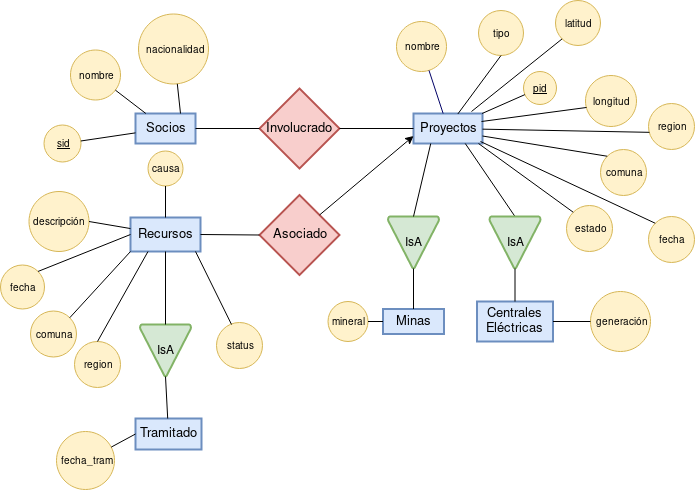
The draw.io diagram Entregas/E2/ER_v1.png in mnreyes1/basesdegatos, before a commit. Source tidied: cells renumbered, new cells last; positions are measured from the earlier drawing's top-left corner, leaving out a move shared by most shapes. Source of this version:
```xml
<mxGraphModel>
  <root>
    <mxCell id="0" />
    <mxCell id="1" parent="0" />
    <mxCell id="2" value="Socios" style="strokeWidth=2;whiteSpace=wrap;html=1;align=center;fontSize=13;fontFamily=Helvetica;strokeColor=#6c8ebf;fillColor=#dae8fc;" parent="1" vertex="1">
      <mxGeometry x="135" y="113" width="60" height="30" as="geometry" />
    </mxCell>
    <mxCell id="3" value="nombre" style="ellipse;whiteSpace=wrap;html=1;fontSize=10;fillColor=#fff2cc;strokeColor=#d6b656;" parent="1" vertex="1">
      <mxGeometry x="70" y="49.5" width="50" height="50" as="geometry" />
    </mxCell>
    <mxCell id="4" value="&lt;u&gt;sid&lt;/u&gt;" style="ellipse;whiteSpace=wrap;html=1;fontSize=10;fillColor=#fff2cc;strokeColor=#d6b656;" parent="1" vertex="1">
      <mxGeometry x="43.5" y="124.5" width="37" height="37" as="geometry" />
    </mxCell>
    <mxCell id="5" value="Proyectos" style="strokeWidth=2;whiteSpace=wrap;html=1;align=center;fontSize=13;fontFamily=Helvetica;strokeColor=#6c8ebf;fillColor=#dae8fc;" parent="1" vertex="1">
      <mxGeometry x="413" y="113" width="69" height="30" as="geometry" />
    </mxCell>
    <mxCell id="6" value="nombre" style="ellipse;whiteSpace=wrap;html=1;fontSize=10;fillColor=#fff2cc;strokeColor=#d6b656;" parent="1" vertex="1">
      <mxGeometry x="396" y="21" width="50" height="50" as="geometry" />
    </mxCell>
    <mxCell id="7" style="edgeStyle=none;rounded=0;html=1;startArrow=none;startFill=0;endArrow=none;endFill=0;jettySize=auto;strokeColor=#000066;fontSize=13;" parent="1" edge="1" source="6" target="5">
      <mxGeometry relative="1" as="geometry" />
    </mxCell>
    <mxCell id="8" value="&lt;u&gt;pid&lt;/u&gt;" style="ellipse;whiteSpace=wrap;html=1;fontSize=10;fillColor=#fff2cc;strokeColor=#d6b656;" parent="1" vertex="1">
      <mxGeometry x="523" y="71" width="33" height="33" as="geometry" />
    </mxCell>
    <mxCell id="9" style="rounded=0;html=1;endArrow=none;endFill=0;jettySize=auto;fontSize=12;" parent="1" edge="1" source="8" target="5">
      <mxGeometry relative="1" as="geometry" />
    </mxCell>
    <mxCell id="10" style="edgeStyle=none;rounded=0;html=1;endArrow=none;endFill=0;jettySize=auto;fontSize=12;" parent="1" edge="1" source="4" target="2">
      <mxGeometry relative="1" as="geometry" />
    </mxCell>
    <mxCell id="11" style="edgeStyle=none;rounded=0;html=1;endArrow=none;endFill=0;jettySize=auto;fontSize=12;" parent="1" edge="1" source="3" target="2">
      <mxGeometry relative="1" as="geometry" />
    </mxCell>
    <mxCell id="12" value="Involucrado" style="shape=rhombus;strokeWidth=2;fontSize=13;perimeter=rhombusPerimeter;whiteSpace=wrap;html=1;align=center;fillColor=#f8cecc;strokeColor=#b85450;" parent="1" vertex="1">
      <mxGeometry x="259" y="88" width="80" height="80" as="geometry" />
    </mxCell>
    <mxCell id="13" style="endArrow=none;html=1;exitX=1;exitY=0.5;exitDx=0;exitDy=0;entryX=0;entryY=0.5;entryDx=0;entryDy=0;" parent="1" edge="1" source="2" target="12">
      <mxGeometry relative="1" as="geometry" />
    </mxCell>
    <mxCell id="14" style="endArrow=none;html=1;exitX=1;exitY=0.5;exitDx=0;exitDy=0;entryX=0;entryY=0.5;entryDx=0;entryDy=0;" parent="1" edge="1" source="12" target="5">
      <mxGeometry relative="1" as="geometry" />
    </mxCell>
    <mxCell id="15" value="nacionalidad" style="ellipse;whiteSpace=wrap;html=1;fontSize=10;fillColor=#fff2cc;strokeColor=#d6b656;" parent="1" vertex="1">
      <mxGeometry x="138" y="13.5" width="70" height="70" as="geometry" />
    </mxCell>
    <mxCell id="16" value="causa" style="ellipse;whiteSpace=wrap;html=1;fontSize=10;fillColor=#fff2cc;strokeColor=#d6b656;" parent="1" vertex="1">
      <mxGeometry x="147.5" y="150.5" width="35" height="35" as="geometry" />
    </mxCell>
    <mxCell id="17" style="edgeStyle=none;rounded=0;html=1;endArrow=none;endFill=0;jettySize=auto;fontSize=12;entryX=0.75;entryY=0;entryDx=0;entryDy=0;" parent="1" edge="1" source="15" target="2">
      <mxGeometry relative="1" as="geometry" />
    </mxCell>
    <mxCell id="18" value="tipo" style="ellipse;whiteSpace=wrap;html=1;fontSize=10;fillColor=#fff2cc;strokeColor=#d6b656;" parent="1" vertex="1">
      <mxGeometry x="478" y="10" width="45" height="45" as="geometry" />
    </mxCell>
    <mxCell id="19" value="IsA" style="strokeWidth=2;html=1;shape=mxgraph.flowchart.merge_or_storage;whiteSpace=wrap;fillColor=#d5e8d4;strokeColor=#82b366;" parent="1" vertex="1">
      <mxGeometry x="387.5" y="216" width="51" height="52" as="geometry" />
    </mxCell>
    <mxCell id="20" style="endArrow=none;html=1;exitX=0.75;exitY=1;exitDx=0;exitDy=0;entryX=0.5;entryY=0;entryDx=0;entryDy=0;entryPerimeter=0;" parent="1" edge="1" source="5" target="21">
      <mxGeometry relative="1" as="geometry" />
    </mxCell>
    <mxCell id="21" value="IsA" style="strokeWidth=2;html=1;shape=mxgraph.flowchart.merge_or_storage;whiteSpace=wrap;fillColor=#d5e8d4;strokeColor=#82b366;" parent="1" vertex="1">
      <mxGeometry x="489" y="216" width="51" height="52" as="geometry" />
    </mxCell>
    <mxCell id="22" style="endArrow=none;html=1;entryX=0.5;entryY=0;entryDx=0;entryDy=0;entryPerimeter=0;exitX=0.25;exitY=1;exitDx=0;exitDy=0;" parent="1" edge="1" source="5" target="19">
      <mxGeometry relative="1" as="geometry" />
    </mxCell>
    <mxCell id="23" style="rounded=0;html=1;endArrow=none;endFill=0;jettySize=auto;fontSize=12;entryX=0.643;entryY=0.014;entryDx=0;entryDy=0;entryPerimeter=0;exitX=0.5;exitY=1;exitDx=0;exitDy=0;" parent="1" edge="1" source="18" target="5">
      <mxGeometry relative="1" as="geometry" />
    </mxCell>
    <mxCell id="24" value="Centrales Eléctricas" style="strokeWidth=2;whiteSpace=wrap;html=1;align=center;fontSize=13;fontFamily=Helvetica;strokeColor=#6c8ebf;fillColor=#dae8fc;" parent="1" vertex="1">
      <mxGeometry x="476.5" y="301" width="76" height="40" as="geometry" />
    </mxCell>
    <mxCell id="25" value="Minas" style="strokeWidth=2;whiteSpace=wrap;html=1;align=center;fontSize=13;fontFamily=Helvetica;strokeColor=#6c8ebf;fillColor=#dae8fc;" parent="1" vertex="1">
      <mxGeometry x="382.5" y="308.5" width="61" height="25" as="geometry" />
    </mxCell>
    <mxCell id="26" style="endArrow=none;html=1;exitX=0.5;exitY=1;exitDx=0;exitDy=0;exitPerimeter=0;" parent="1" edge="1" source="19" target="25">
      <mxGeometry relative="1" as="geometry" />
    </mxCell>
    <mxCell id="27" style="endArrow=none;html=1;entryX=0.5;entryY=0;entryDx=0;entryDy=0;exitX=0.5;exitY=1;exitDx=0;exitDy=0;exitPerimeter=0;" parent="1" edge="1" source="21" target="24">
      <mxGeometry relative="1" as="geometry" />
    </mxCell>
    <mxCell id="28" value="generación" style="ellipse;whiteSpace=wrap;html=1;fontSize=10;fillColor=#fff2cc;strokeColor=#d6b656;" parent="1" vertex="1">
      <mxGeometry x="590" y="291" width="60" height="60" as="geometry" />
    </mxCell>
    <mxCell id="29" style="rounded=0;html=1;endArrow=none;endFill=0;jettySize=auto;fontSize=12;entryX=1;entryY=0.5;entryDx=0;entryDy=0;" parent="1" edge="1" source="28" target="24">
      <mxGeometry relative="1" as="geometry" />
    </mxCell>
    <mxCell id="30" value="mineral" style="ellipse;whiteSpace=wrap;html=1;fontSize=10;fillColor=#fff2cc;strokeColor=#d6b656;" parent="1" vertex="1">
      <mxGeometry x="327.5" y="301" width="40" height="40" as="geometry" />
    </mxCell>
    <mxCell id="31" style="rounded=0;html=1;endArrow=none;endFill=0;jettySize=auto;fontSize=12;entryX=0;entryY=0.5;entryDx=0;entryDy=0;" parent="1" edge="1" source="30" target="25">
      <mxGeometry relative="1" as="geometry" />
    </mxCell>
    <mxCell id="32" value="latitud" style="ellipse;whiteSpace=wrap;html=1;fontSize=10;fillColor=#fff2cc;strokeColor=#d6b656;" parent="1" vertex="1">
      <mxGeometry x="555" width="45" height="45" as="geometry" />
    </mxCell>
    <mxCell id="33" style="rounded=0;html=1;endArrow=none;endFill=0;jettySize=auto;fontSize=12;exitX=0;exitY=1;exitDx=0;exitDy=0;" parent="1" edge="1" source="32">
      <mxGeometry relative="1" as="geometry">
        <mxPoint x="471" y="111" as="targetPoint" />
      </mxGeometry>
    </mxCell>
    <mxCell id="34" value="longitud" style="ellipse;whiteSpace=wrap;html=1;fontSize=10;fillColor=#fff2cc;strokeColor=#d6b656;" parent="1" vertex="1">
      <mxGeometry x="585" y="75" width="51" height="51" as="geometry" />
    </mxCell>
    <mxCell id="35" style="rounded=0;html=1;endArrow=none;endFill=0;jettySize=auto;fontSize=12;exitX=0.021;exitY=0.627;exitDx=0;exitDy=0;exitPerimeter=0;" parent="1" edge="1" source="34">
      <mxGeometry relative="1" as="geometry">
        <mxPoint x="481" y="121" as="targetPoint" />
      </mxGeometry>
    </mxCell>
    <mxCell id="36" value="&lt;div&gt;region&lt;/div&gt;" style="ellipse;whiteSpace=wrap;html=1;fontSize=10;fillColor=#fff2cc;strokeColor=#d6b656;" parent="1" vertex="1">
      <mxGeometry x="648" y="103" width="46" height="46" as="geometry" />
    </mxCell>
    <mxCell id="37" style="rounded=0;html=1;endArrow=none;endFill=0;jettySize=auto;fontSize=12;exitX=0.021;exitY=0.627;exitDx=0;exitDy=0;exitPerimeter=0;" parent="1" edge="1" source="36" target="5">
      <mxGeometry relative="1" as="geometry" />
    </mxCell>
    <mxCell id="38" value="comuna" style="ellipse;whiteSpace=wrap;html=1;fontSize=10;fillColor=#fff2cc;strokeColor=#d6b656;" parent="1" vertex="1">
      <mxGeometry x="600" y="149" width="46" height="46" as="geometry" />
    </mxCell>
    <mxCell id="39" style="rounded=0;html=1;endArrow=none;endFill=0;jettySize=auto;fontSize=12;exitX=0;exitY=0;exitDx=0;exitDy=0;entryX=1;entryY=0.75;entryDx=0;entryDy=0;" parent="1" edge="1" source="38" target="5">
      <mxGeometry relative="1" as="geometry" />
    </mxCell>
    <mxCell id="40" value="fecha" style="ellipse;whiteSpace=wrap;html=1;fontSize=10;fillColor=#fff2cc;strokeColor=#d6b656;" parent="1" vertex="1">
      <mxGeometry x="648" y="216" width="46" height="46" as="geometry" />
    </mxCell>
    <mxCell id="41" style="rounded=0;html=1;endArrow=none;endFill=0;jettySize=auto;fontSize=12;exitX=0;exitY=0;exitDx=0;exitDy=0;" parent="1" edge="1" source="40">
      <mxGeometry relative="1" as="geometry">
        <mxPoint x="480" y="141" as="targetPoint" />
      </mxGeometry>
    </mxCell>
    <mxCell id="42" value="estado" style="ellipse;whiteSpace=wrap;html=1;fontSize=10;fillColor=#fff2cc;strokeColor=#d6b656;" parent="1" vertex="1">
      <mxGeometry x="566" y="205" width="46" height="46" as="geometry" />
    </mxCell>
    <mxCell id="43" style="rounded=0;html=1;endArrow=none;endFill=0;jettySize=auto;fontSize=12;exitX=0;exitY=0;exitDx=0;exitDy=0;entryX=0.942;entryY=1;entryDx=0;entryDy=0;entryPerimeter=0;" parent="1" edge="1" source="42" target="5">
      <mxGeometry relative="1" as="geometry" />
    </mxCell>
    <mxCell id="44" value="Recursos" style="strokeWidth=2;whiteSpace=wrap;html=1;align=center;fontSize=13;fontFamily=Helvetica;strokeColor=#6c8ebf;fillColor=#dae8fc;" parent="1" vertex="1">
      <mxGeometry x="130" y="217" width="70" height="34" as="geometry" />
    </mxCell>
    <mxCell id="45" value="Asociado" style="shape=rhombus;strokeWidth=2;fontSize=13;perimeter=rhombusPerimeter;whiteSpace=wrap;html=1;align=center;fillColor=#f8cecc;strokeColor=#b85450;" parent="1" vertex="1">
      <mxGeometry x="259" y="194.5" width="80" height="80" as="geometry" />
    </mxCell>
    <mxCell id="46" style="endArrow=classic;html=1;exitX=1;exitY=0;exitDx=0;exitDy=0;entryX=0;entryY=0.75;entryDx=0;entryDy=0;" parent="1" edge="1" source="45" target="5">
      <mxGeometry relative="1" as="geometry" />
    </mxCell>
    <mxCell id="47" style="endArrow=none;html=1;exitX=1;exitY=0.5;exitDx=0;exitDy=0;entryX=0;entryY=0.5;entryDx=0;entryDy=0;" parent="1" edge="1" source="44" target="45">
      <mxGeometry relative="1" as="geometry" />
    </mxCell>
    <mxCell id="48" value="descripción" style="ellipse;whiteSpace=wrap;html=1;fontSize=10;fillColor=#fff2cc;strokeColor=#d6b656;" parent="1" vertex="1">
      <mxGeometry x="28.5" y="191" width="60" height="60" as="geometry" />
    </mxCell>
    <mxCell id="49" style="edgeStyle=none;rounded=0;html=1;endArrow=none;endFill=0;jettySize=auto;fontSize=12;exitX=1;exitY=0.5;exitDx=0;exitDy=0;" parent="1" edge="1" source="48" target="44">
      <mxGeometry relative="1" as="geometry" />
    </mxCell>
    <mxCell id="50" value="fecha" style="ellipse;whiteSpace=wrap;html=1;fontSize=10;fillColor=#fff2cc;strokeColor=#d6b656;" parent="1" vertex="1">
      <mxGeometry y="264.5" width="44" height="44" as="geometry" />
    </mxCell>
    <mxCell id="51" style="edgeStyle=none;rounded=0;html=1;endArrow=none;endFill=0;jettySize=auto;fontSize=12;exitX=1;exitY=0;exitDx=0;exitDy=0;entryX=0;entryY=0.5;entryDx=0;entryDy=0;" parent="1" edge="1" source="50" target="44">
      <mxGeometry relative="1" as="geometry" />
    </mxCell>
    <mxCell id="52" value="&lt;div&gt;region&lt;/div&gt;" style="ellipse;whiteSpace=wrap;html=1;fontSize=10;fillColor=#fff2cc;strokeColor=#d6b656;" parent="1" vertex="1">
      <mxGeometry x="74" y="341" width="46" height="46" as="geometry" />
    </mxCell>
    <mxCell id="53" style="rounded=0;html=1;endArrow=none;endFill=0;jettySize=auto;fontSize=12;exitX=0.5;exitY=0;exitDx=0;exitDy=0;entryX=0.25;entryY=1;entryDx=0;entryDy=0;" parent="1" edge="1" source="52" target="44">
      <mxGeometry relative="1" as="geometry" />
    </mxCell>
    <mxCell id="54" value="comuna" style="ellipse;whiteSpace=wrap;html=1;fontSize=10;fillColor=#fff2cc;strokeColor=#d6b656;" parent="1" vertex="1">
      <mxGeometry x="30" y="310.5" width="46" height="46" as="geometry" />
    </mxCell>
    <mxCell id="55" style="rounded=0;html=1;endArrow=none;endFill=0;jettySize=auto;fontSize=12;exitX=1;exitY=0;exitDx=0;exitDy=0;entryX=0;entryY=1;entryDx=0;entryDy=0;entryPerimeter=0;" parent="1" edge="1" source="54" target="44">
      <mxGeometry relative="1" as="geometry" />
    </mxCell>
    <mxCell id="56" value="status" style="ellipse;whiteSpace=wrap;html=1;fontSize=10;fillColor=#fff2cc;strokeColor=#d6b656;" parent="1" vertex="1">
      <mxGeometry x="216" y="322" width="46" height="46" as="geometry" />
    </mxCell>
    <mxCell id="57" style="rounded=0;html=1;endArrow=none;endFill=0;jettySize=auto;fontSize=12;exitX=0.326;exitY=0.043;exitDx=0;exitDy=0;exitPerimeter=0;entryX=0.929;entryY=1;entryDx=0;entryDy=0;entryPerimeter=0;" parent="1" edge="1" source="56" target="44">
      <mxGeometry relative="1" as="geometry" />
    </mxCell>
    <mxCell id="58" value="IsA" style="strokeWidth=2;html=1;shape=mxgraph.flowchart.merge_or_storage;whiteSpace=wrap;fillColor=#d5e8d4;strokeColor=#82b366;" parent="1" vertex="1">
      <mxGeometry x="139.5" y="324" width="51" height="52" as="geometry" />
    </mxCell>
    <mxCell id="59" style="endArrow=none;html=1;entryX=0.5;entryY=0;entryDx=0;entryDy=0;entryPerimeter=0;exitX=0.5;exitY=1;exitDx=0;exitDy=0;" parent="1" edge="1" source="44" target="58">
      <mxGeometry relative="1" as="geometry" />
    </mxCell>
    <mxCell id="60" value="Tramitado" style="strokeWidth=2;whiteSpace=wrap;html=1;align=center;fontSize=13;fontFamily=Helvetica;strokeColor=#6c8ebf;fillColor=#dae8fc;" parent="1" vertex="1">
      <mxGeometry x="135" y="418" width="66" height="31" as="geometry" />
    </mxCell>
    <mxCell id="61" style="endArrow=none;html=1;exitX=0.5;exitY=1;exitDx=0;exitDy=0;exitPerimeter=0;" parent="1" edge="1" source="58" target="60">
      <mxGeometry relative="1" as="geometry" />
    </mxCell>
    <mxCell id="62" value="fecha_tram" style="ellipse;whiteSpace=wrap;html=1;fontSize=10;fillColor=#fff2cc;strokeColor=#d6b656;" parent="1" vertex="1">
      <mxGeometry x="56" y="431" width="58" height="58" as="geometry" />
    </mxCell>
    <mxCell id="63" style="rounded=0;html=1;endArrow=none;endFill=0;jettySize=auto;fontSize=12;entryX=0;entryY=0.5;entryDx=0;entryDy=0;" parent="1" edge="1" source="62" target="60">
      <mxGeometry relative="1" as="geometry" />
    </mxCell>
    <mxCell id="64" style="edgeStyle=none;rounded=0;html=1;endArrow=none;endFill=0;jettySize=auto;fontSize=12;exitX=0.5;exitY=1;exitDx=0;exitDy=0;entryX=0.5;entryY=0;entryDx=0;entryDy=0;" parent="1" edge="1" source="16" target="44">
      <mxGeometry relative="1" as="geometry" />
    </mxCell>
  </root>
</mxGraphModel>
```
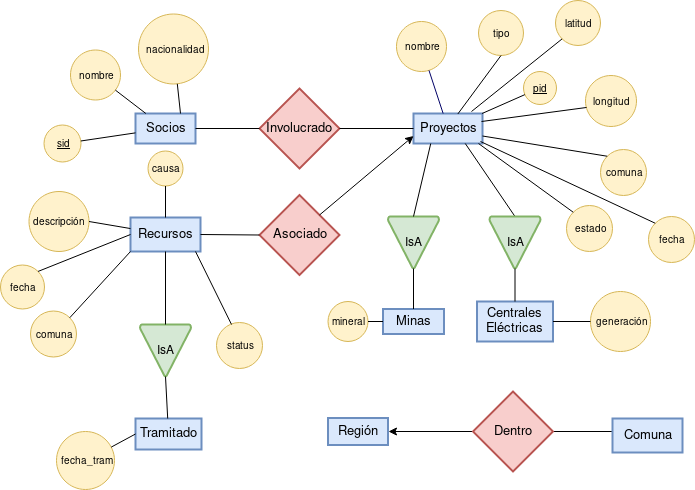
After the commit.

Diff of the diagram source:
```diff
@@ -108,12 +108,6 @@
         <mxPoint x="481" y="121" as="targetPoint" />
       </mxGeometry>
     </mxCell>
-    <mxCell id="36" value="&lt;div&gt;region&lt;/div&gt;" style="ellipse;whiteSpace=wrap;html=1;fontSize=10;fillColor=#fff2cc;strokeColor=#d6b656;" parent="1" vertex="1">
-      <mxGeometry x="648" y="103" width="46" height="46" as="geometry" />
-    </mxCell>
-    <mxCell id="37" style="rounded=0;html=1;endArrow=none;endFill=0;jettySize=auto;fontSize=12;exitX=0.021;exitY=0.627;exitDx=0;exitDy=0;exitPerimeter=0;" parent="1" edge="1" source="36" target="5">
-      <mxGeometry relative="1" as="geometry" />
-    </mxCell>
     <mxCell id="38" value="comuna" style="ellipse;whiteSpace=wrap;html=1;fontSize=10;fillColor=#fff2cc;strokeColor=#d6b656;" parent="1" vertex="1">
       <mxGeometry x="600" y="149" width="46" height="46" as="geometry" />
     </mxCell>
@@ -158,12 +152,6 @@
     <mxCell id="51" style="edgeStyle=none;rounded=0;html=1;endArrow=none;endFill=0;jettySize=auto;fontSize=12;exitX=1;exitY=0;exitDx=0;exitDy=0;entryX=0;entryY=0.5;entryDx=0;entryDy=0;" parent="1" edge="1" source="50" target="44">
       <mxGeometry relative="1" as="geometry" />
     </mxCell>
-    <mxCell id="52" value="&lt;div&gt;region&lt;/div&gt;" style="ellipse;whiteSpace=wrap;html=1;fontSize=10;fillColor=#fff2cc;strokeColor=#d6b656;" parent="1" vertex="1">
-      <mxGeometry x="74" y="341" width="46" height="46" as="geometry" />
-    </mxCell>
-    <mxCell id="53" style="rounded=0;html=1;endArrow=none;endFill=0;jettySize=auto;fontSize=12;exitX=0.5;exitY=0;exitDx=0;exitDy=0;entryX=0.25;entryY=1;entryDx=0;entryDy=0;" parent="1" edge="1" source="52" target="44">
-      <mxGeometry relative="1" as="geometry" />
-    </mxCell>
     <mxCell id="54" value="comuna" style="ellipse;whiteSpace=wrap;html=1;fontSize=10;fillColor=#fff2cc;strokeColor=#d6b656;" parent="1" vertex="1">
       <mxGeometry x="30" y="310.5" width="46" height="46" as="geometry" />
     </mxCell>
@@ -197,5 +185,20 @@
     <mxCell id="64" style="edgeStyle=none;rounded=0;html=1;endArrow=none;endFill=0;jettySize=auto;fontSize=12;exitX=0.5;exitY=1;exitDx=0;exitDy=0;entryX=0.5;entryY=0;entryDx=0;entryDy=0;" parent="1" edge="1" source="16" target="44">
       <mxGeometry relative="1" as="geometry" />
     </mxCell>
+    <mxCell id="65" value="Región" style="strokeWidth=2;whiteSpace=wrap;html=1;align=center;fontSize=13;fontFamily=Helvetica;strokeColor=#6c8ebf;fillColor=#dae8fc;" parent="1" vertex="1">
+      <mxGeometry x="327.5" y="417.5" width="60" height="27" as="geometry" />
+    </mxCell>
+    <mxCell id="66" style="edgeStyle=orthogonalEdgeStyle;rounded=0;jettySize=auto;html=1;entryX=0.114;entryY=0.382;entryDx=0;entryDy=0;entryPerimeter=0;" parent="1" edge="1" source="68" target="69">
+      <mxGeometry relative="1" as="geometry" />
+    </mxCell>
+    <mxCell id="67" style="edgeStyle=orthogonalEdgeStyle;rounded=0;jettySize=auto;html=1;entryX=1;entryY=0.5;entryDx=0;entryDy=0;" parent="1" edge="1" source="68" target="65">
+      <mxGeometry relative="1" as="geometry" />
+    </mxCell>
+    <mxCell id="68" value="Dentro" style="shape=rhombus;strokeWidth=2;fontSize=13;perimeter=rhombusPerimeter;whiteSpace=wrap;html=1;align=center;fillColor=#f8cecc;strokeColor=#b85450;" parent="1" vertex="1">
+      <mxGeometry x="472.5" y="391" width="80" height="80" as="geometry" />
+    </mxCell>
+    <mxCell id="69" value="Comuna" style="strokeWidth=2;whiteSpace=wrap;html=1;align=center;fontSize=13;fontFamily=Helvetica;strokeColor=#6c8ebf;fillColor=#dae8fc;" parent="1" vertex="1">
+      <mxGeometry x="612" y="418" width="70" height="34" as="geometry" />
+    </mxCell>
   </root>
 </mxGraphModel>
```
